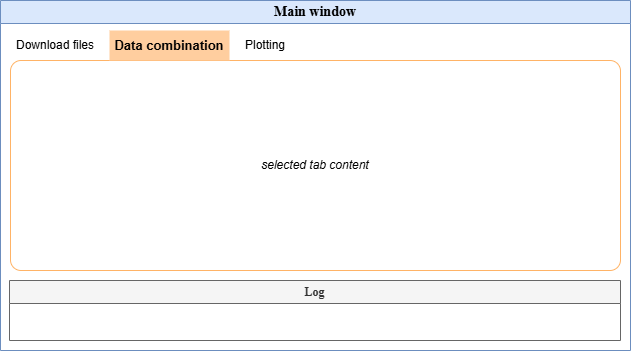
This is Thesis document/img/UI_tabmenu_mw.png from mireialopez0910/TFM, a draw.io export, as it was before one commit. Source tidied: cells renumbered, new cells last; positions are measured from the earlier drawing's top-left corner, leaving out a move shared by most shapes. Its diagram source:
```xml
<mxGraphModel>
  <root>
    <mxCell id="0" />
    <mxCell id="1" parent="0" />
    <mxCell id="2" value="Main window" style="swimlane;whiteSpace=wrap;html=1;fillColor=#dae8fc;strokeColor=#6c8ebf;fontFamily=Times New Roman;fontSize=14;" parent="1" vertex="1">
      <mxGeometry width="630" height="350" as="geometry" />
    </mxCell>
    <mxCell id="3" value="Log" style="swimlane;whiteSpace=wrap;html=1;fillColor=#f5f5f5;fontColor=#333333;strokeColor=#666666;fontFamily=Times New Roman;" parent="2" vertex="1">
      <mxGeometry x="9" y="280" width="611" height="60" as="geometry" />
    </mxCell>
    <mxCell id="4" value="&lt;i&gt;selected tab content&lt;/i&gt;" style="rounded=1;whiteSpace=wrap;html=1;arcSize=5;fillColor=none;strokeColor=#FFB366;" parent="2" vertex="1">
      <mxGeometry x="10" y="60" width="610" height="210" as="geometry" />
    </mxCell>
    <mxCell id="5" value="Download files" style="text;html=1;whiteSpace=wrap;strokeColor=none;fillColor=none;align=center;verticalAlign=middle;rounded=0;" parent="2" vertex="1">
      <mxGeometry x="10" y="30" width="90" height="30" as="geometry" />
    </mxCell>
    <mxCell id="6" value="Data combination" style="text;html=1;whiteSpace=wrap;strokeColor=none;fillColor=#FFCE9F;align=center;verticalAlign=middle;rounded=0;fontStyle=1;fontSize=13;gradientColor=none;" parent="2" vertex="1">
      <mxGeometry x="109" y="30" width="120" height="30" as="geometry" />
    </mxCell>
    <mxCell id="7" value="Plotting" style="text;html=1;whiteSpace=wrap;strokeColor=none;fillColor=none;align=center;verticalAlign=middle;rounded=0;" parent="2" vertex="1">
      <mxGeometry x="220" y="30" width="90" height="30" as="geometry" />
    </mxCell>
  </root>
</mxGraphModel>
```
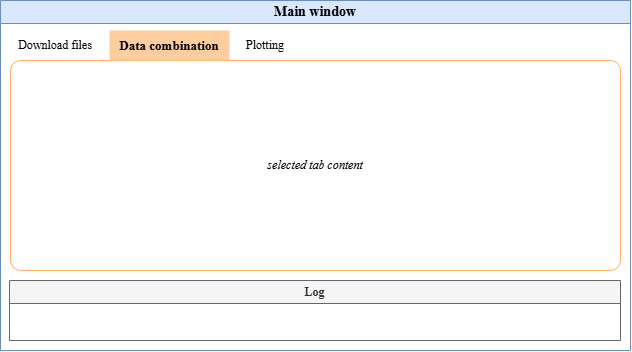
Above is the later version.

The edit, as a diff of the source:
```diff
@@ -8,16 +8,16 @@
     <mxCell id="3" value="Log" style="swimlane;whiteSpace=wrap;html=1;fillColor=#f5f5f5;fontColor=#333333;strokeColor=#666666;fontFamily=Times New Roman;" parent="2" vertex="1">
       <mxGeometry x="9" y="280" width="611" height="60" as="geometry" />
     </mxCell>
-    <mxCell id="4" value="&lt;i&gt;selected tab content&lt;/i&gt;" style="rounded=1;whiteSpace=wrap;html=1;arcSize=5;fillColor=none;strokeColor=#FFB366;" parent="2" vertex="1">
+    <mxCell id="4" value="&lt;i&gt;selected tab content&lt;/i&gt;" style="rounded=1;whiteSpace=wrap;html=1;arcSize=5;fillColor=none;strokeColor=#FFB366;fontFamily=Times New Roman;" parent="2" vertex="1">
       <mxGeometry x="10" y="60" width="610" height="210" as="geometry" />
     </mxCell>
-    <mxCell id="5" value="Download files" style="text;html=1;whiteSpace=wrap;strokeColor=none;fillColor=none;align=center;verticalAlign=middle;rounded=0;" parent="2" vertex="1">
+    <mxCell id="5" value="Download files" style="text;html=1;whiteSpace=wrap;strokeColor=none;fillColor=none;align=center;verticalAlign=middle;rounded=0;fontFamily=Times New Roman;" parent="2" vertex="1">
       <mxGeometry x="10" y="30" width="90" height="30" as="geometry" />
     </mxCell>
-    <mxCell id="6" value="Data combination" style="text;html=1;whiteSpace=wrap;strokeColor=none;fillColor=#FFCE9F;align=center;verticalAlign=middle;rounded=0;fontStyle=1;fontSize=13;gradientColor=none;" parent="2" vertex="1">
+    <mxCell id="6" value="Data combination" style="text;html=1;whiteSpace=wrap;strokeColor=none;fillColor=#FFCE9F;align=center;verticalAlign=middle;rounded=0;fontStyle=1;fontSize=13;gradientColor=none;fontFamily=Times New Roman;" parent="2" vertex="1">
       <mxGeometry x="109" y="30" width="120" height="30" as="geometry" />
     </mxCell>
-    <mxCell id="7" value="Plotting" style="text;html=1;whiteSpace=wrap;strokeColor=none;fillColor=none;align=center;verticalAlign=middle;rounded=0;" parent="2" vertex="1">
+    <mxCell id="7" value="Plotting" style="text;html=1;whiteSpace=wrap;strokeColor=none;fillColor=none;align=center;verticalAlign=middle;rounded=0;fontFamily=Times New Roman;" parent="2" vertex="1">
       <mxGeometry x="220" y="30" width="90" height="30" as="geometry" />
     </mxCell>
   </root>
```
